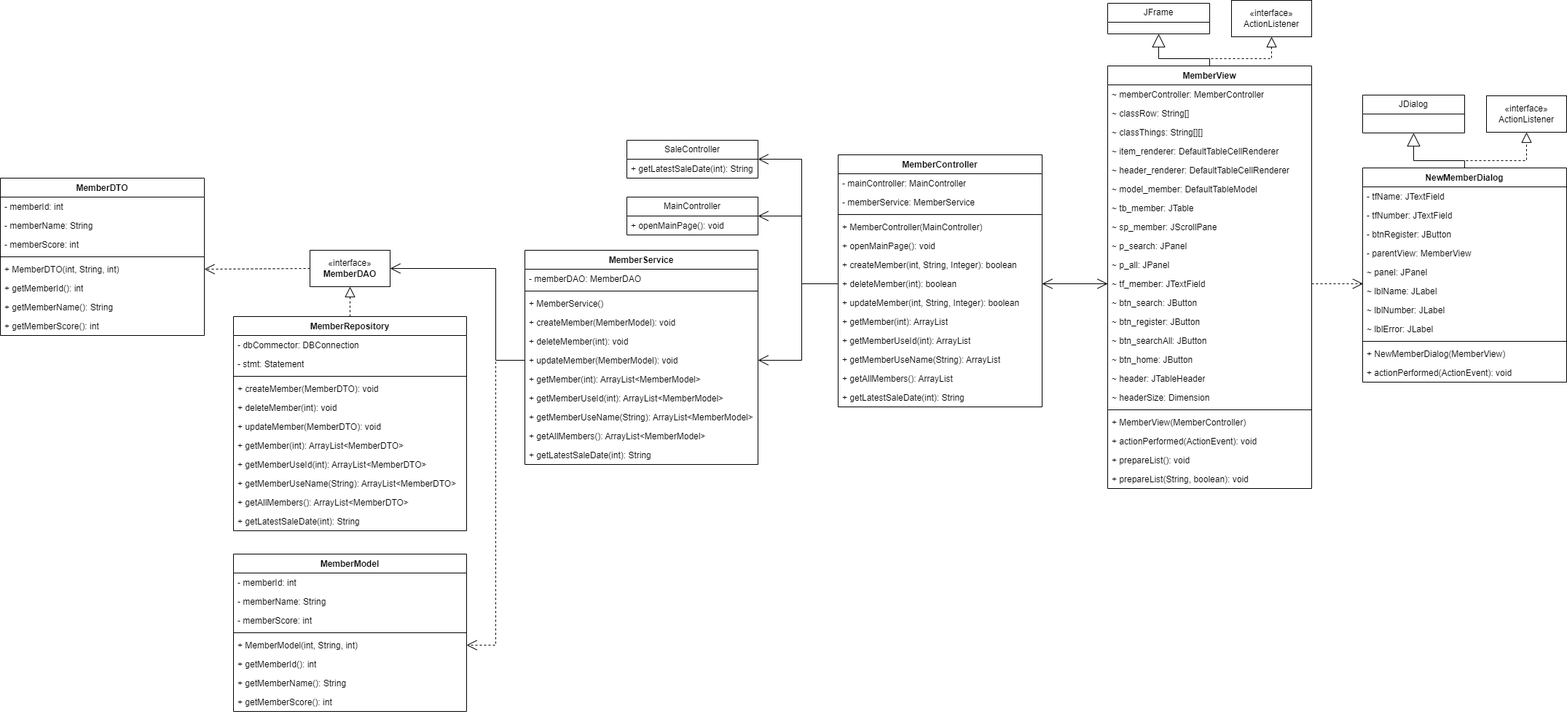
Above: Member.drawio.png in P-POS/PPOS (draw.io), before the change. Source tidied: cells renumbered, new cells last; positions are measured from the earlier drawing's top-left corner, leaving out a move shared by most shapes.
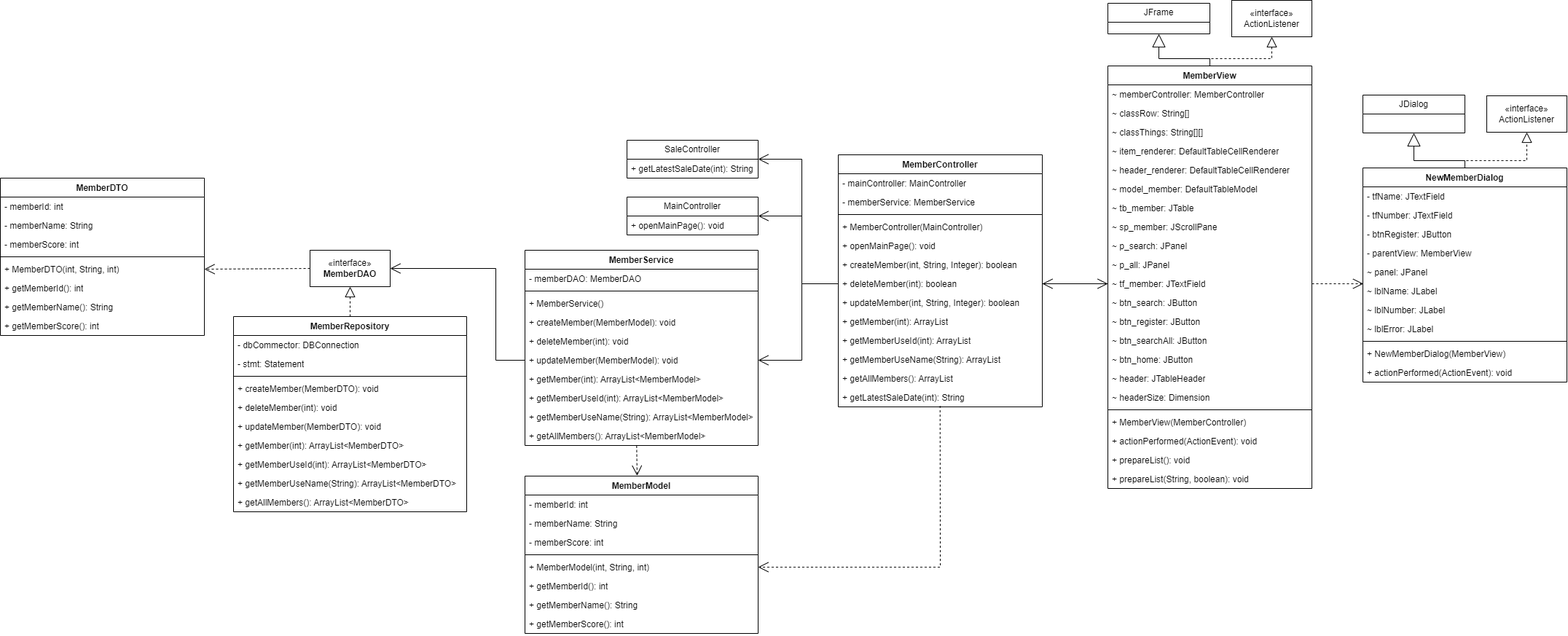
The same file after the commit.

Change to the diagram source:
```diff
@@ -45,7 +45,7 @@
       <mxGeometry y="320" width="280" height="26" as="geometry" />
     </mxCell>
     <mxCell id="16" value="&lt;span style=&quot;text-wrap: nowrap;&quot;&gt;MemberService&lt;/span&gt;" style="swimlane;fontStyle=1;align=center;verticalAlign=top;horizontal=1;startSize=26;whiteSpace=wrap;html=1;" parent="1" vertex="1">
-      <mxGeometry x="720" y="343" width="320" height="294" as="geometry" />
+      <mxGeometry x="720" y="343" width="320" height="268" as="geometry" />
     </mxCell>
     <mxCell id="17" value="&lt;span style=&quot;text-wrap: nowrap;&quot;&gt;- memberDAO: MemberDAO&lt;/span&gt;" style="text;strokeColor=none;fillColor=none;align=left;verticalAlign=top;spacingLeft=4;spacingRight=4;overflow=hidden;whiteSpace=wrap;html=1;" parent="16" vertex="1">
       <mxGeometry y="26" width="320" height="26" as="geometry" />
@@ -77,9 +77,6 @@
     <mxCell id="26" value="+ getAllMembers(): ArrayList&amp;lt;MemberModel&amp;gt;" style="text;strokeColor=none;fillColor=none;align=left;verticalAlign=top;spacingLeft=4;spacingRight=4;overflow=hidden;points=[[0,0.5],[1,0.5]];portConstraint=eastwest;whiteSpace=wrap;html=1;" parent="16" vertex="1">
       <mxGeometry y="242" width="320" height="26" as="geometry" />
     </mxCell>
-    <mxCell id="27" value="+ getLatestSaleDate(int): String" style="text;strokeColor=none;fillColor=none;align=left;verticalAlign=top;spacingLeft=4;spacingRight=4;overflow=hidden;whiteSpace=wrap;html=1;" parent="16" vertex="1">
-      <mxGeometry y="268" width="320" height="26" as="geometry" />
-    </mxCell>
     <mxCell id="28" value="&lt;span style=&quot;text-wrap: nowrap;&quot;&gt;MemberView&lt;/span&gt;" style="swimlane;fontStyle=1;align=center;verticalAlign=top;horizontal=1;startSize=26;whiteSpace=wrap;html=1;" parent="1" vertex="1">
       <mxGeometry x="1520" y="90" width="280" height="580" as="geometry" />
     </mxCell>
@@ -279,7 +276,7 @@
       <mxGeometry y="190" width="280" height="26" as="geometry" />
     </mxCell>
     <mxCell id="84" value="&lt;span style=&quot;text-wrap: nowrap;&quot;&gt;MemberModel&lt;/span&gt;" style="swimlane;fontStyle=1;align=center;verticalAlign=top;horizontal=1;startSize=26;whiteSpace=wrap;html=1;" parent="1" vertex="1">
-      <mxGeometry x="320" y="760" width="320" height="216" as="geometry" />
+      <mxGeometry x="720" y="653" width="320" height="216" as="geometry" />
     </mxCell>
     <mxCell id="85" value="&lt;span style=&quot;text-wrap: nowrap;&quot;&gt;- memberId: int&lt;/span&gt;" style="text;strokeColor=none;fillColor=none;align=left;verticalAlign=top;spacingLeft=4;spacingRight=4;overflow=hidden;whiteSpace=wrap;html=1;" parent="84" vertex="1">
       <mxGeometry y="26" width="320" height="26" as="geometry" />
@@ -306,7 +303,7 @@
       <mxGeometry y="190" width="320" height="26" as="geometry" />
     </mxCell>
     <mxCell id="93" value="&lt;span style=&quot;text-wrap: nowrap;&quot;&gt;MemberRepository&lt;/span&gt;" style="swimlane;fontStyle=1;align=center;verticalAlign=top;horizontal=1;startSize=26;whiteSpace=wrap;html=1;" parent="1" vertex="1">
-      <mxGeometry x="320" y="434" width="320" height="294" as="geometry" />
+      <mxGeometry x="320" y="434" width="320" height="268" as="geometry" />
     </mxCell>
     <mxCell id="94" value="&lt;span style=&quot;text-wrap: nowrap;&quot;&gt;- dbCommector: DBConnection&lt;/span&gt;" style="text;strokeColor=none;fillColor=none;align=left;verticalAlign=top;spacingLeft=4;spacingRight=4;overflow=hidden;whiteSpace=wrap;html=1;" parent="93" vertex="1">
       <mxGeometry y="26" width="320" height="26" as="geometry" />
@@ -338,19 +335,11 @@
     <mxCell id="103" value="+ getAllMembers(): ArrayList&amp;lt;MemberDTO&amp;gt;" style="text;strokeColor=none;fillColor=none;align=left;verticalAlign=top;spacingLeft=4;spacingRight=4;overflow=hidden;whiteSpace=wrap;html=1;" parent="93" vertex="1">
       <mxGeometry y="242" width="320" height="26" as="geometry" />
     </mxCell>
-    <mxCell id="104" value="+ getLatestSaleDate(int): String" style="text;strokeColor=none;fillColor=none;align=left;verticalAlign=top;spacingLeft=4;spacingRight=4;overflow=hidden;whiteSpace=wrap;html=1;" parent="93" vertex="1">
-      <mxGeometry y="268" width="320" height="26" as="geometry" />
-    </mxCell>
     <mxCell id="105" style="endArrow=block;dashed=1;endFill=0;endSize=12;html=1;rounded=0;exitX=0.5;exitY=0;exitDx=0;exitDy=0;entryX=0.5;entryY=1;entryDx=0;entryDy=0;" parent="1" edge="1" source="93" target="74">
       <mxGeometry relative="1" as="geometry" />
     </mxCell>
-    <mxCell id="106" style="endArrow=open;endSize=12;dashed=1;html=1;rounded=0;exitX=0;exitY=0.5;exitDx=0;exitDy=0;entryX=1;entryY=0.5;entryDx=0;entryDy=0;" parent="1" edge="1" source="22" target="89">
-      <mxGeometry relative="1" as="geometry">
-        <Array as="points">
-          <mxPoint x="680" y="494" />
-          <mxPoint x="680" y="885" />
-        </Array>
-      </mxGeometry>
+    <mxCell id="106" style="endArrow=open;endSize=12;dashed=1;html=1;rounded=0;exitX=0.479;exitY=1.009;exitDx=0;exitDy=0;entryX=0.481;entryY=-0.002;entryDx=0;entryDy=0;entryPerimeter=0;exitPerimeter=0;" parent="1" edge="1" source="26" target="84">
+      <mxGeometry relative="1" as="geometry" />
     </mxCell>
     <mxCell id="107" style="endArrow=open;endSize=12;dashed=1;html=1;rounded=0;exitX=0;exitY=0.5;exitDx=0;exitDy=0;entryX=1;entryY=0.5;entryDx=0;entryDy=0;" parent="1" edge="1" source="74" target="80">
       <mxGeometry relative="1" as="geometry" />
@@ -391,5 +380,12 @@
     <mxCell id="115" style="endArrow=open;endSize=12;dashed=1;html=1;rounded=0;exitX=1;exitY=0.5;exitDx=0;exitDy=0;entryX=0.002;entryY=0.116;entryDx=0;entryDy=0;entryPerimeter=0;" parent="1" edge="1" source="39" target="59">
       <mxGeometry relative="1" as="geometry" />
     </mxCell>
+    <mxCell id="116" style="endArrow=open;endSize=12;dashed=1;html=1;rounded=0;exitX=0.499;exitY=0.944;exitDx=0;exitDy=0;entryX=1;entryY=0.5;entryDx=0;entryDy=0;exitPerimeter=0;" parent="1" edge="1" source="15" target="89">
+      <mxGeometry relative="1" as="geometry">
+        <Array as="points">
+          <mxPoint x="1290" y="778" />
+        </Array>
+      </mxGeometry>
+    </mxCell>
   </root>
 </mxGraphModel>
```
